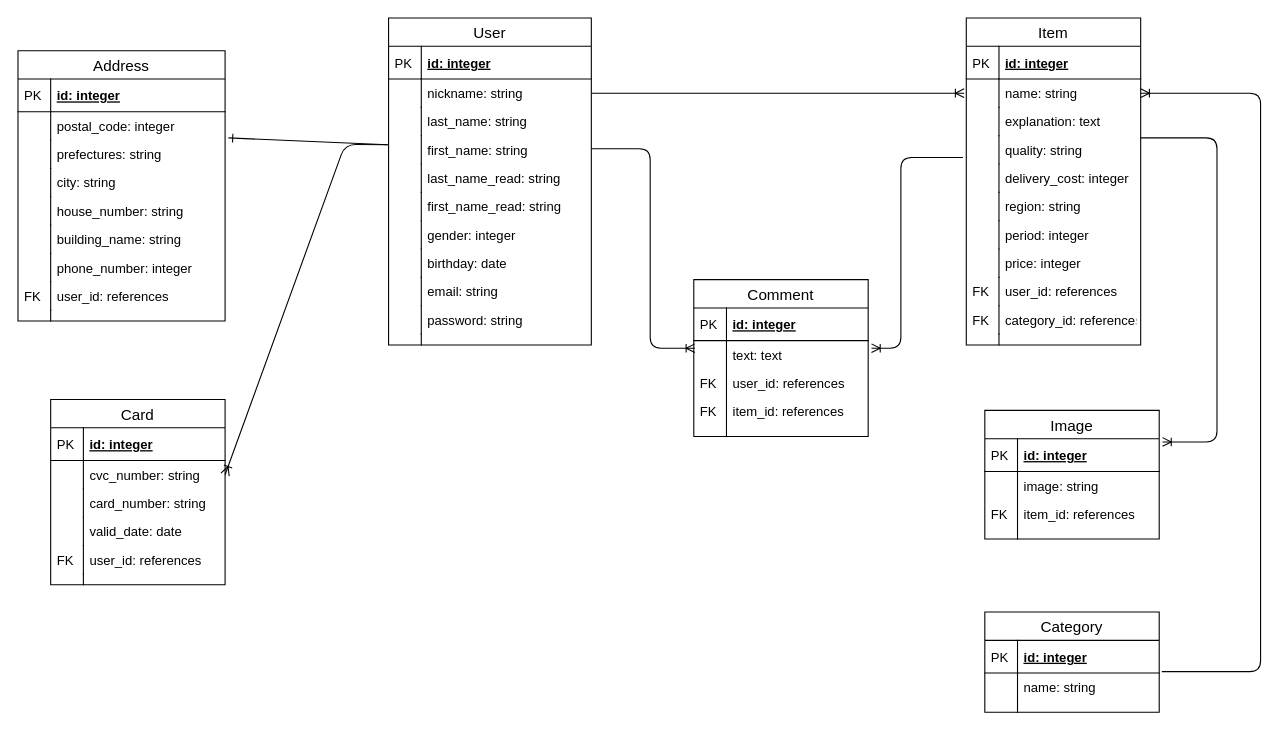
Earlier version of the draw.io diagram test.drawio (saihalkiki/fleamarket_sample_79d). Source tidied: cells renumbered, new cells numbered last; positions are measured from the earlier drawing's top-left corner, leaving out a move shared by most shapes. Both pictures are drawn from the tidied source at 109%, with x=0, y=0 at pixel (17, 17).
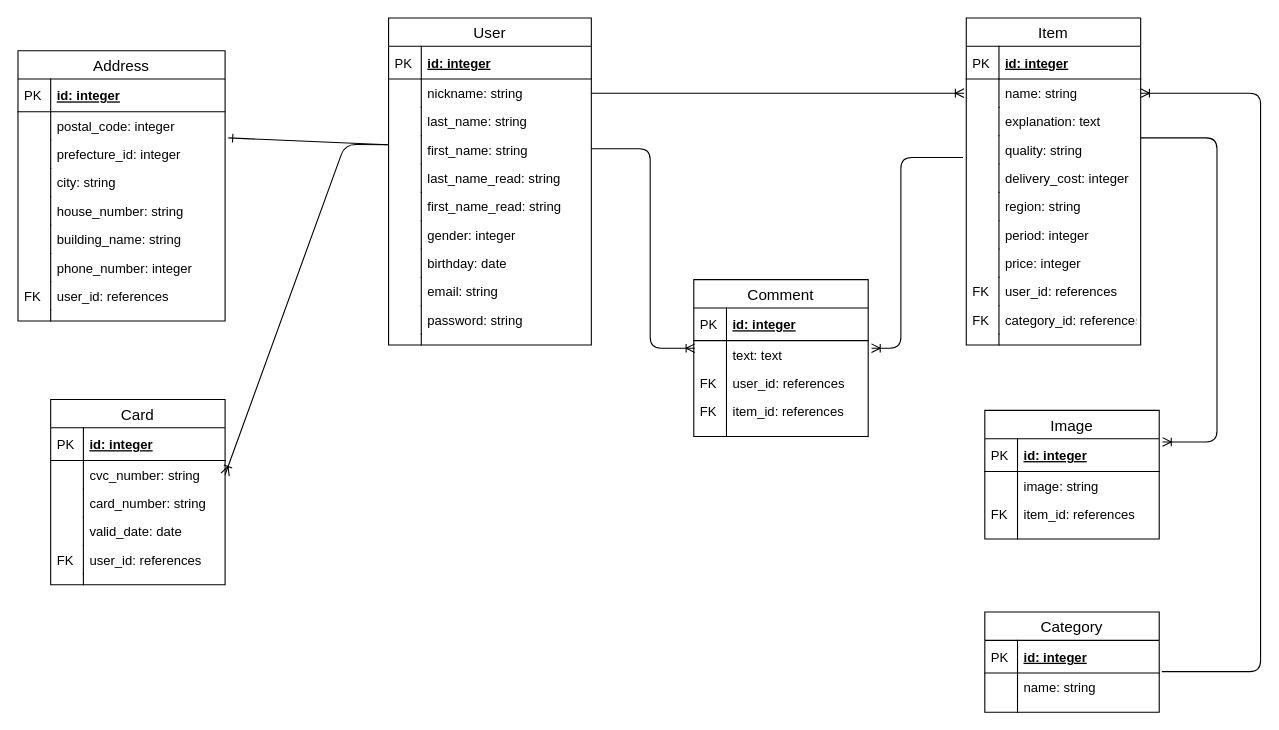
The same diagram, later.

Unchanged cells that the change refers to:
```xml
<mxCell id="48" value="Address" style="swimlane;fontStyle=0;horizontal=1;startSize=26;align=center;fontSize=14;html=0;" parent="1" vertex="1">
  <mxGeometry y="30" width="190" height="248" as="geometry" />
</mxCell>
```

What changed in the source:
```diff
@@
-    <mxCell id="53" value="prefectures: string" style="shape=partialRectangle;top=0;left=0;right=0;bottom=0;align=left;verticalAlign=top;fillColor=none;spacingLeft=34;spacingRight=4;overflow=hidden;fontSize=12;" parent="48" vertex="1">
+    <mxCell id="53" value="prefecture_id: integer" style="shape=partialRectangle;top=0;left=0;right=0;bottom=0;align=left;verticalAlign=top;fillColor=none;spacingLeft=34;spacingRight=4;overflow=hidden;fontSize=12;" parent="48" vertex="1">
       <mxGeometry y="82" width="190" height="26" as="geometry" />
     </mxCell>
```
